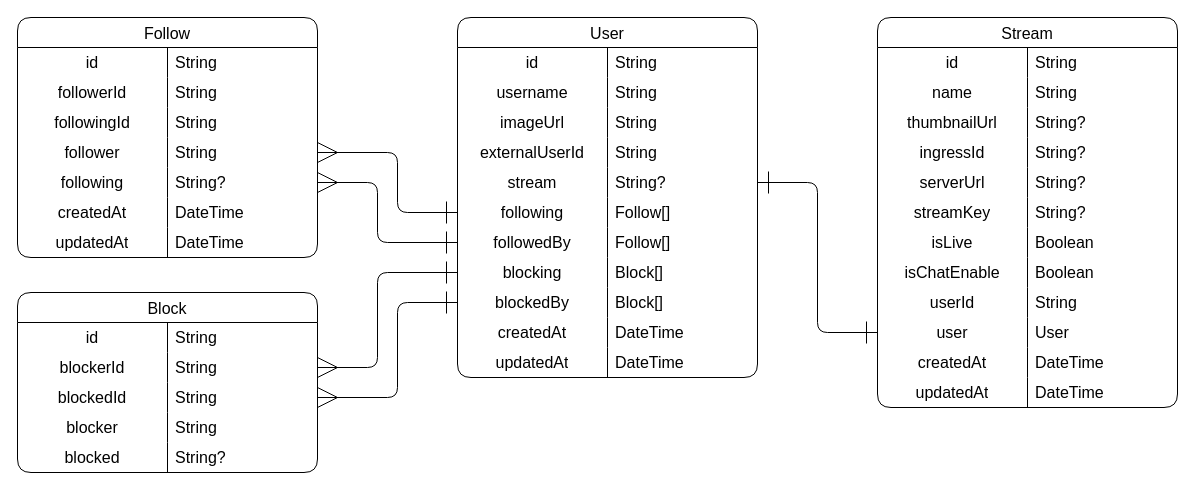
Earlier version of the draw.io diagram page "Page-1" (1 of 3) of Курсовая Работа/Архитектура/База данных.drawio (FaceMan01/Homework). Source tidied: cells renumbered, new cells numbered last; positions are measured from the earlier drawing's top-left corner, leaving out a move shared by most shapes. Both pictures are drawn from the tidied source at 100%, with x=0, y=0 at pixel (17, 17).
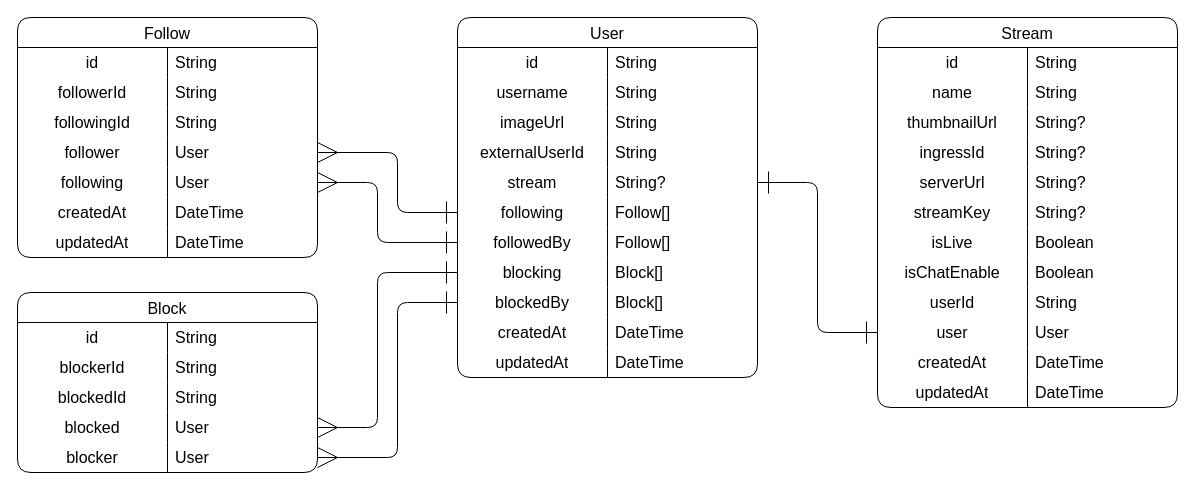
After the change.

The change refers to these unchanged cells:
```xml
<mxCell id="24" style="shape=tableRow;horizontal=0;startSize=0;swimlaneHead=0;swimlaneBody=0;top=0;left=0;bottom=0;right=0;fillColor=none;points=[[0,0.5],[1,0.5]];portConstraint=eastwest;strokeColor=inherit;fontSize=16;" parent="2" vertex="1">
  <mxGeometry y="240" width="300" height="30" as="geometry" />
</mxCell>
<mxCell id="27" style="shape=tableRow;horizontal=0;startSize=0;swimlaneHead=0;swimlaneBody=0;top=0;left=0;bottom=0;right=0;fillColor=none;points=[[0,0.5],[1,0.5]];portConstraint=eastwest;strokeColor=inherit;fontSize=16;" parent="2" vertex="1">
  <mxGeometry y="270" width="300" height="30" as="geometry" />
</mxCell>
<mxCell id="83" style="shape=tableRow;horizontal=0;startSize=0;swimlaneHead=0;swimlaneBody=0;top=0;left=0;bottom=0;right=0;fillColor=none;points=[[0,0.5],[1,0.5]];portConstraint=eastwest;strokeColor=inherit;fontSize=16;" parent="73" vertex="1">
  <mxGeometry y="120" width="300" height="30" as="geometry" />
</mxCell>
<mxCell id="86" style="shape=tableRow;horizontal=0;startSize=0;swimlaneHead=0;swimlaneBody=0;top=0;left=0;bottom=0;right=0;fillColor=none;points=[[0,0.5],[1,0.5]];portConstraint=eastwest;strokeColor=inherit;fontSize=16;" parent="73" vertex="1">
  <mxGeometry y="150" width="300" height="30" as="geometry" />
</mxCell>
<mxCell id="95" value="Block" style="shape=table;startSize=30;childLayout=tableLayout;rowLines=0;fontStyle=0;strokeColor=default;fontSize=16;rounded=1;swimlaneLine=1;" parent="1" vertex="1">
  <mxGeometry y="275" width="300" height="180" as="geometry" />
</mxCell>
<mxCell id="99" style="shape=tableRow;horizontal=0;startSize=0;swimlaneHead=0;swimlaneBody=0;top=0;left=0;bottom=0;right=0;fillColor=none;points=[[0,0.5],[1,0.5]];portConstraint=eastwest;strokeColor=inherit;fontSize=16;" parent="95" vertex="1">
  <mxGeometry y="60" width="300" height="30" as="geometry" />
</mxCell>
<mxCell id="102" style="shape=tableRow;horizontal=0;startSize=0;swimlaneHead=0;swimlaneBody=0;top=0;left=0;bottom=0;right=0;fillColor=none;points=[[0,0.5],[1,0.5]];portConstraint=eastwest;strokeColor=inherit;fontSize=16;" parent="95" vertex="1">
  <mxGeometry y="90" width="300" height="30" as="geometry" />
</mxCell>
```

The edit, as a diff of the source:
```diff
@@
-    <mxCell id="85" value="String" style="shape=partialRectangle;html=1;whiteSpace=wrap;fillColor=none;top=0;left=0;bottom=0;right=0;align=left;spacingLeft=6;overflow=hidden;strokeColor=inherit;fontSize=16;" parent="83" vertex="1">
+    <mxCell id="85" value="User" style="shape=partialRectangle;html=1;whiteSpace=wrap;fillColor=none;top=0;left=0;bottom=0;right=0;align=left;spacingLeft=6;overflow=hidden;strokeColor=inherit;fontSize=16;" parent="83" vertex="1">
       <mxGeometry x="150" width="150" height="30" as="geometry" />
     </mxCell>
@@
-    <mxCell id="88" value="String?" style="shape=partialRectangle;html=1;whiteSpace=wrap;fillColor=none;top=0;left=0;bottom=0;right=0;align=left;spacingLeft=6;overflow=hidden;strokeColor=inherit;fontSize=16;" parent="86" vertex="1">
+    <mxCell id="88" value="User" style="shape=partialRectangle;html=1;whiteSpace=wrap;fillColor=none;top=0;left=0;bottom=0;right=0;align=left;spacingLeft=6;overflow=hidden;strokeColor=inherit;fontSize=16;" parent="86" vertex="1">
       <mxGeometry x="150" width="150" height="30" as="geometry" />
     </mxCell>
@@
+    <mxCell id="108" style="shape=tableRow;horizontal=0;startSize=0;swimlaneHead=0;swimlaneBody=0;top=0;left=0;bottom=0;right=0;fillColor=none;points=[[0,0.5],[1,0.5]];portConstraint=eastwest;strokeColor=inherit;fontSize=16;" parent="95" vertex="1">
+      <mxGeometry y="120" width="300" height="30" as="geometry" />
+    </mxCell>
+    <mxCell id="109" value="blocked" style="shape=partialRectangle;html=1;whiteSpace=wrap;fillColor=none;top=0;left=0;bottom=0;right=0;overflow=hidden;strokeColor=inherit;fontSize=16;" parent="108" vertex="1">
+      <mxGeometry width="150" height="30" as="geometry" />
+    </mxCell>
+    <mxCell id="110" value="User" style="shape=partialRectangle;html=1;whiteSpace=wrap;fillColor=none;top=0;left=0;bottom=0;right=0;align=left;spacingLeft=6;overflow=hidden;strokeColor=inherit;fontSize=16;" parent="108" vertex="1">
+      <mxGeometry x="150" width="150" height="30" as="geometry" />
+    </mxCell>
     <mxCell id="105" style="shape=tableRow;horizontal=0;startSize=0;swimlaneHead=0;swimlaneBody=0;top=0;left=0;bottom=0;right=0;fillColor=none;points=[[0,0.5],[1,0.5]];portConstraint=eastwest;strokeColor=inherit;fontSize=16;" parent="95" vertex="1">
-      <mxGeometry y="120" width="300" height="30" as="geometry" />
+      <mxGeometry y="150" width="300" height="30" as="geometry" />
     </mxCell>
@@
-    <mxCell id="107" value="String" style="shape=partialRectangle;html=1;whiteSpace=wrap;fillColor=none;top=0;left=0;bottom=0;right=0;align=left;spacingLeft=6;overflow=hidden;strokeColor=inherit;fontSize=16;" parent="105" vertex="1">
+    <mxCell id="107" value="User" style="shape=partialRectangle;html=1;whiteSpace=wrap;fillColor=none;top=0;left=0;bottom=0;right=0;align=left;spacingLeft=6;overflow=hidden;strokeColor=inherit;fontSize=16;" parent="105" vertex="1">
       <mxGeometry x="150" width="150" height="30" as="geometry" />
     </mxCell>
-    <mxCell id="108" style="shape=tableRow;horizontal=0;startSize=0;swimlaneHead=0;swimlaneBody=0;top=0;left=0;bottom=0;right=0;fillColor=none;points=[[0,0.5],[1,0.5]];portConstraint=eastwest;strokeColor=inherit;fontSize=16;" parent="95" vertex="1">
-      <mxGeometry y="150" width="300" height="30" as="geometry" />
-    </mxCell>
-    <mxCell id="109" value="blocked" style="shape=partialRectangle;html=1;whiteSpace=wrap;fillColor=none;top=0;left=0;bottom=0;right=0;overflow=hidden;strokeColor=inherit;fontSize=16;" parent="108" vertex="1">
-      <mxGeometry width="150" height="30" as="geometry" />
-    </mxCell>
-    <mxCell id="110" value="String?" style="shape=partialRectangle;html=1;whiteSpace=wrap;fillColor=none;top=0;left=0;bottom=0;right=0;align=left;spacingLeft=6;overflow=hidden;strokeColor=inherit;fontSize=16;" parent="108" vertex="1">
-      <mxGeometry x="150" width="150" height="30" as="geometry" />
-    </mxCell>
@@
-    <mxCell id="114" style="edgeStyle=orthogonalEdgeStyle;rounded=1;jettySize=auto;html=1;exitX=0;exitY=0.5;exitDx=0;exitDy=0;entryX=1;entryY=0.5;entryDx=0;entryDy=0;startArrow=ERone;startFill=0;endArrow=ERmany;endFill=0;endSize=18;startSize=20;curved=0;" parent="1" edge="1" source="24" target="99">
+    <mxCell id="114" style="edgeStyle=orthogonalEdgeStyle;rounded=1;jettySize=auto;html=1;exitX=0;exitY=0.5;exitDx=0;exitDy=0;entryX=1;entryY=0.5;entryDx=0;entryDy=0;startArrow=ERone;startFill=0;endArrow=ERmany;endFill=0;endSize=18;startSize=20;curved=0;" parent="1" edge="1" source="24" target="108">
       <mxGeometry relative="1" as="geometry">
         <Array as="points">
           <mxPoint x="360" y="255" />
-          <mxPoint x="360" y="350" />
+          <mxPoint x="360" y="410" />
         </Array>
       </mxGeometry>
     </mxCell>
-    <mxCell id="115" style="edgeStyle=orthogonalEdgeStyle;rounded=1;jettySize=auto;html=1;exitX=0;exitY=0.5;exitDx=0;exitDy=0;curved=0;startArrow=ERone;startFill=0;endArrow=ERmany;endFill=0;endSize=18;startSize=20;entryX=1;entryY=0.5;entryDx=0;entryDy=0;" parent="1" edge="1" source="27" target="102">
+    <mxCell id="115" style="edgeStyle=orthogonalEdgeStyle;rounded=1;jettySize=auto;html=1;exitX=0;exitY=0.5;exitDx=0;exitDy=0;curved=0;startArrow=ERone;startFill=0;endArrow=ERmany;endFill=0;endSize=18;startSize=20;entryX=1;entryY=0.5;entryDx=0;entryDy=0;" parent="1" edge="1" source="27" target="105">
       <mxGeometry relative="1" as="geometry">
         <Array as="points">
           <mxPoint x="380" y="285" />
-          <mxPoint x="380" y="380" />
+          <mxPoint x="380" y="440" />
         </Array>
       </mxGeometry>
     </mxCell>
```
